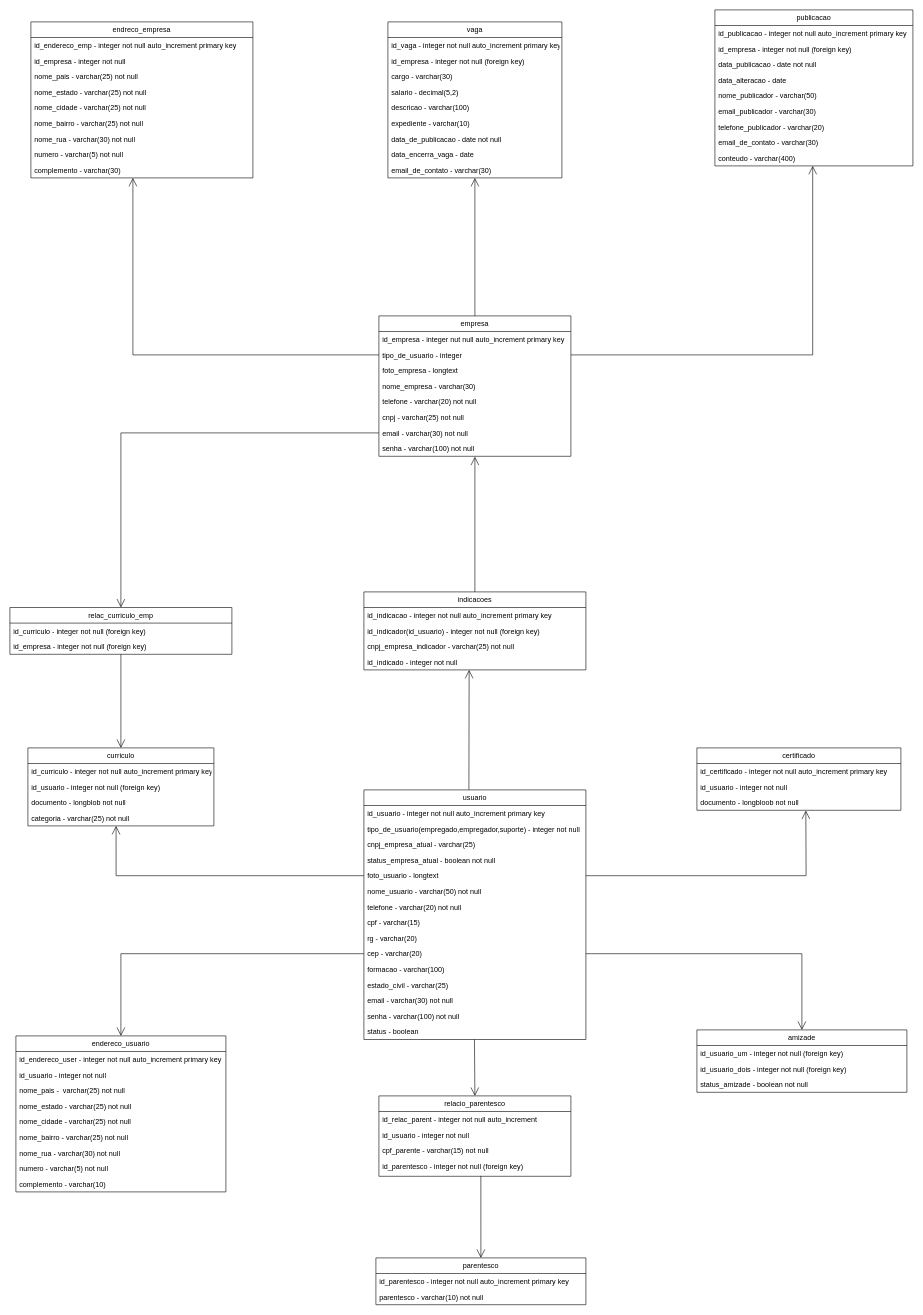
Before: documentos/diagramas/uml_projeto.drawio in diogohmedeiros/indev, a draw.io diagram. Source tidied: cells renumbered, new cells numbered last; positions are measured from the earlier drawing's top-left corner, leaving out a move shared by most shapes. Both pictures are drawn from the tidied source at 60%, with x=0, y=0 at pixel (10, 10).
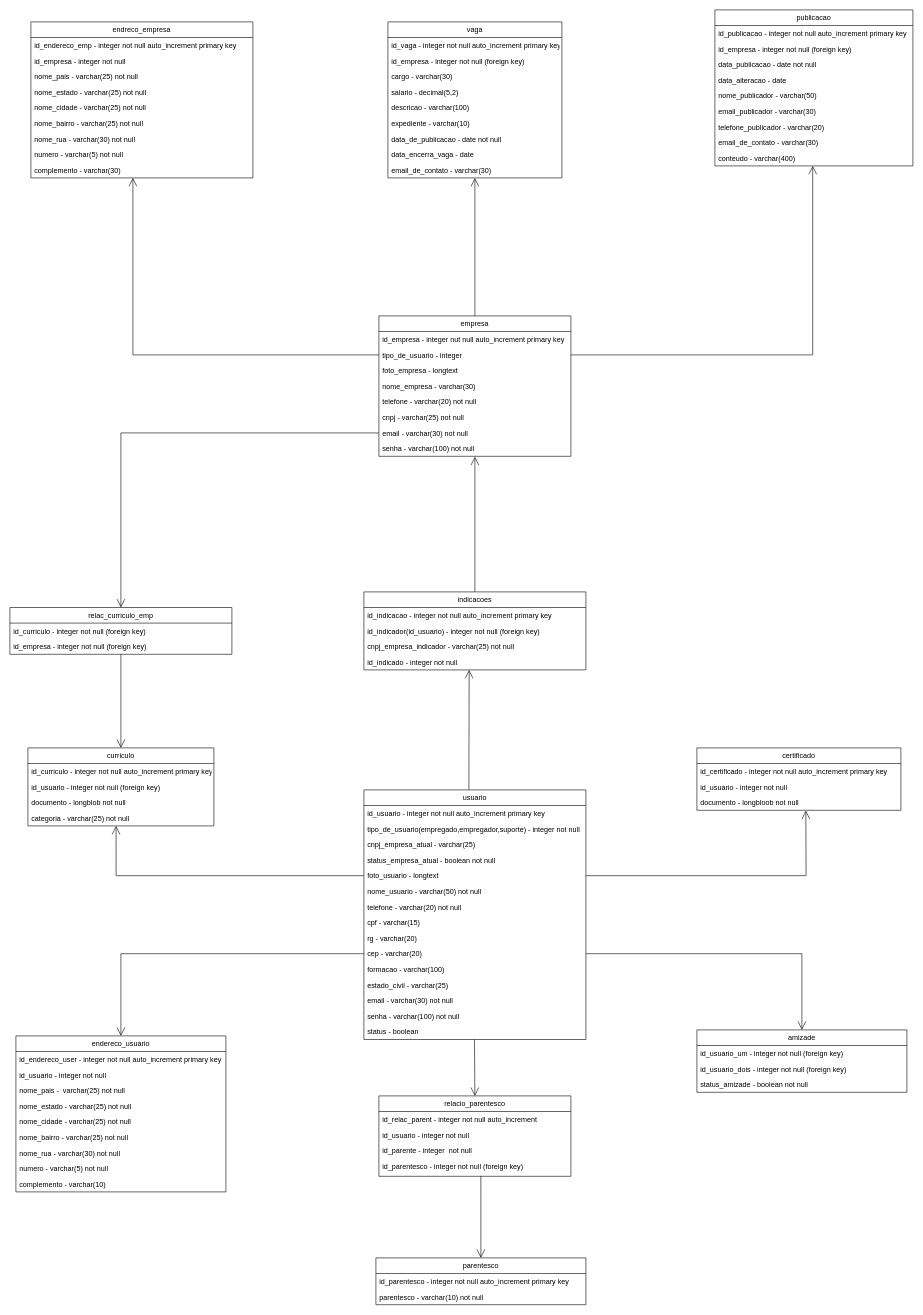
The same page after the edit.

The change refers to these unchanged cells:
```xml
<mxCell id="85" value="relacio_parentesco" style="swimlane;fontStyle=0;horizontal=1;startSize=26;fillColor=none;" parent="1" vertex="1">
  <mxGeometry x="615" y="1810" width="320" height="134" as="geometry" />
</mxCell>
```

Diff of the diagram source:
```diff
@@
-    <mxCell id="88" value="cpf_parente - varchar(15) not null" style="text;strokeColor=none;fillColor=none;align=left;verticalAlign=top;spacingLeft=4;spacingRight=4;overflow=hidden;" parent="85" vertex="1">
+    <mxCell id="88" value="id_parente - integer  not null" style="text;strokeColor=none;fillColor=none;align=left;verticalAlign=top;spacingLeft=4;spacingRight=4;overflow=hidden;" parent="85" vertex="1">
       <mxGeometry y="78" width="320" height="26" as="geometry" />
     </mxCell>
```
